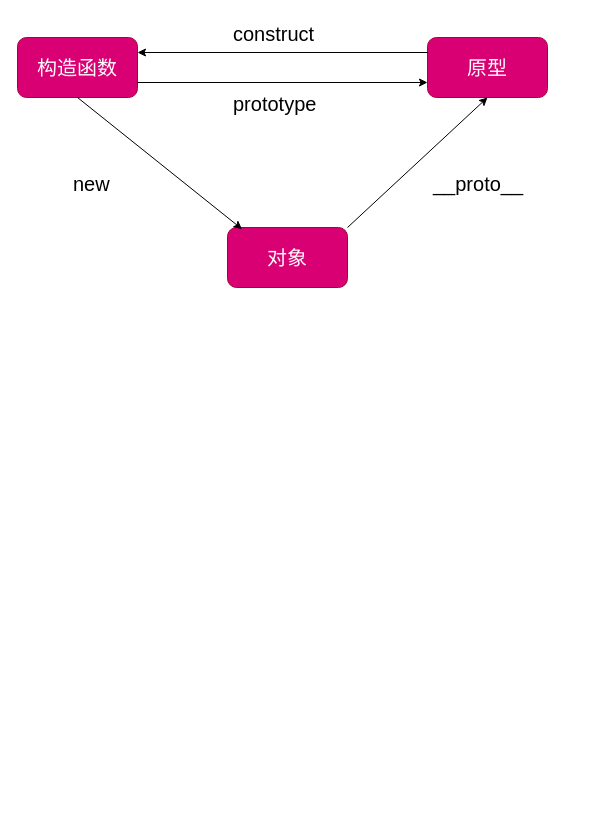
Before: protot.drawio in kyrieCCC/JSbase, a draw.io diagram. Source tidied: cells renumbered, new cells numbered last; positions are measured from the earlier drawing's top-left corner, leaving out a move shared by most shapes. Both pictures are drawn from the tidied source at 100%, with x=0, y=0 at pixel (17, 17).
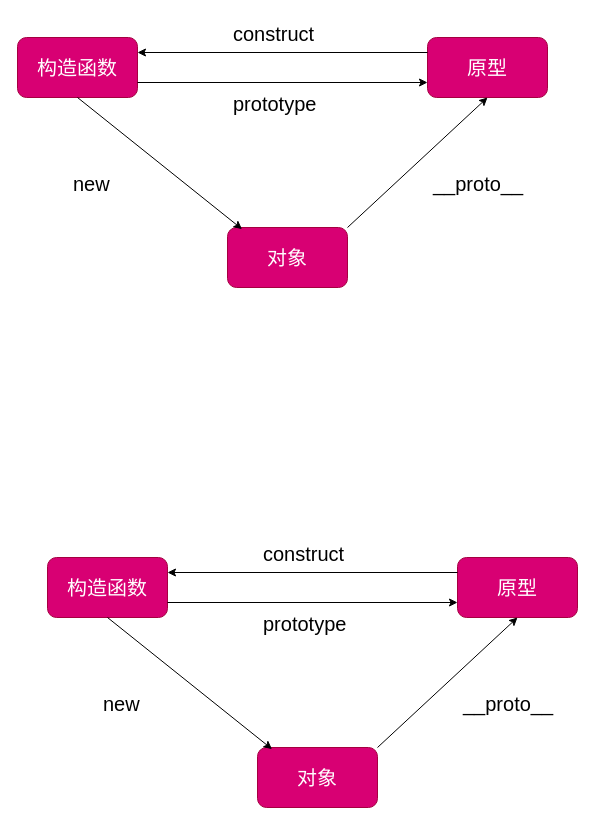
Above is the later version.

What changed in the source:
```diff
@@
+    <mxCell id="13" value="&lt;font style=&quot;font-size: 20px&quot;&gt;构造函数&lt;/font&gt;" style="rounded=1;whiteSpace=wrap;html=1;fillColor=#d80073;fontColor=#ffffff;strokeColor=#A50040;" parent="1" vertex="1">
+      <mxGeometry x="30" y="540" width="120" height="60" as="geometry" />
+    </mxCell>
+    <mxCell id="14" value="原型" style="rounded=1;whiteSpace=wrap;html=1;fontSize=20;fillColor=#d80073;fontColor=#ffffff;strokeColor=#A50040;" parent="1" vertex="1">
+      <mxGeometry x="440" y="540" width="120" height="60" as="geometry" />
+    </mxCell>
+    <mxCell id="15" value="&lt;font style=&quot;font-size: 20px&quot;&gt;对象&lt;/font&gt;" style="rounded=1;whiteSpace=wrap;html=1;fillColor=#d80073;fontColor=#ffffff;strokeColor=#A50040;" parent="1" vertex="1">
+      <mxGeometry x="240" y="730" width="120" height="60" as="geometry" />
+    </mxCell>
+    <mxCell id="16" style="endArrow=classic;html=1;entryX=0;entryY=0.75;entryDx=0;entryDy=0;exitX=1;exitY=0.75;exitDx=0;exitDy=0;" parent="1" edge="1" source="13" target="14">
+      <mxGeometry relative="1" as="geometry" />
+    </mxCell>
+    <mxCell id="17" style="endArrow=classic;html=1;entryX=0.121;entryY=0.027;entryDx=0;entryDy=0;entryPerimeter=0;exitX=0.5;exitY=1;exitDx=0;exitDy=0;" parent="1" edge="1" source="13" target="15">
+      <mxGeometry relative="1" as="geometry" />
+    </mxCell>
+    <mxCell id="18" style="endArrow=classic;html=1;entryX=1;entryY=0.25;entryDx=0;entryDy=0;exitX=0;exitY=0.25;exitDx=0;exitDy=0;" parent="1" edge="1" source="14" target="13">
+      <mxGeometry relative="1" as="geometry" />
+    </mxCell>
+    <mxCell id="19" style="endArrow=classic;html=1;exitX=1;exitY=0;exitDx=0;exitDy=0;entryX=0.5;entryY=1;entryDx=0;entryDy=0;" parent="1" edge="1" source="15" target="14">
+      <mxGeometry relative="1" as="geometry" />
+    </mxCell>
+    <mxCell id="20" value="construct" style="text;align=left;verticalAlign=middle;spacingLeft=4;spacingRight=4;overflow=hidden;strokeWidth=5;fontSize=20;" parent="1" vertex="1">
+      <mxGeometry x="240" y="520" width="140" height="30" as="geometry" />
+    </mxCell>
+    <mxCell id="21" value="prototype" style="text;strokeColor=none;fillColor=none;align=left;verticalAlign=middle;spacingLeft=4;spacingRight=4;overflow=hidden;fontSize=20;" parent="1" vertex="1">
+      <mxGeometry x="240" y="590" width="110" height="30" as="geometry" />
+    </mxCell>
+    <mxCell id="22" value="__proto__" style="text;strokeColor=none;fillColor=none;align=left;verticalAlign=middle;spacingLeft=4;spacingRight=4;overflow=hidden;fontSize=20;" parent="1" vertex="1">
+      <mxGeometry x="440" y="670" width="130" height="30" as="geometry" />
+    </mxCell>
+    <mxCell id="23" value="new" style="text;strokeColor=none;fillColor=none;align=left;verticalAlign=middle;spacingLeft=4;spacingRight=4;overflow=hidden;fontSize=20;" parent="1" vertex="1">
+      <mxGeometry x="80" y="670" width="80" height="30" as="geometry" />
+    </mxCell>
```
